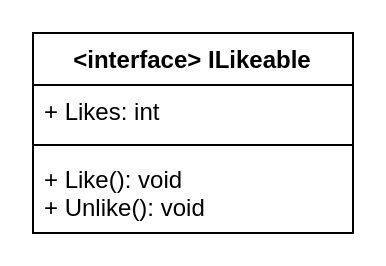
ucudal/PII_Conceptos_de_POO keeps this draw.io diagram as Assets/ILikeable.drawio. Above is the earlier version. Source tidied: cells renumbered, new cells numbered last; positions are measured from the earlier drawing's top-left corner, leaving out a move shared by most shapes. Both pictures are drawn from the tidied source at 200%, with x=0, y=0 at pixel (32, 32).
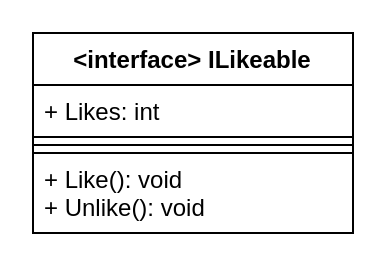
After the change.

The edit, as a diff of the source:
```diff
@@
-<mxGraphModel>
+<mxGraphModel background="#FFFFFF">
   <root>
     <mxCell id="0" />
     <mxCell id="1" parent="0" />
-    <mxCell id="2" value="&lt;interface&gt; ILikeable" style="swimlane;fontStyle=1;align=center;verticalAlign=top;horizontal=1;startSize=26;" parent="1" vertex="1">
+    <mxCell id="2" value="&lt;interface&gt; ILikeable" style="swimlane;fontStyle=1;align=center;verticalAlign=top;horizontal=1;startSize=26;fillColor=none;strokeColor=#000000;fontColor=#000000;" parent="1" vertex="1">
       <mxGeometry width="160" height="100" as="geometry" />
     </mxCell>
-    <mxCell id="3" value="+ Likes: int" style="text;strokeColor=none;fillColor=none;align=left;verticalAlign=top;spacingLeft=4;spacingRight=4;overflow=hidden;" parent="2" vertex="1">
+    <mxCell id="3" value="+ Likes: int" style="text;align=left;verticalAlign=top;spacingLeft=4;spacingRight=4;overflow=hidden;strokeColor=#000000;fontColor=#000000;" parent="2" vertex="1">
       <mxGeometry y="26" width="160" height="26" as="geometry" />
     </mxCell>
-    <mxCell id="4" style="line;strokeWidth=1;fillColor=none;align=left;verticalAlign=middle;spacingTop=-1;spacingLeft=3;spacingRight=3;labelPosition=right;" parent="2" vertex="1">
+    <mxCell id="4" style="line;strokeWidth=1;align=left;verticalAlign=middle;spacingTop=-1;spacingLeft=3;spacingRight=3;labelPosition=right;fillColor=none;strokeColor=#000000;fontColor=#000000;" parent="2" vertex="1">
       <mxGeometry y="52" width="160" height="8" as="geometry" />
     </mxCell>
-    <mxCell id="5" value="+ Like(): void&#10;+ Unlike(): void" style="text;strokeColor=none;fillColor=none;align=left;verticalAlign=top;spacingLeft=4;spacingRight=4;overflow=hidden;" parent="2" vertex="1">
+    <mxCell id="5" value="+ Like(): void&#10;+ Unlike(): void" style="text;align=left;verticalAlign=top;spacingLeft=4;spacingRight=4;overflow=hidden;strokeColor=#000000;fontColor=#000000;" parent="2" vertex="1">
       <mxGeometry y="60" width="160" height="40" as="geometry" />
     </mxCell>
   </root>
 </mxGraphModel>
```
